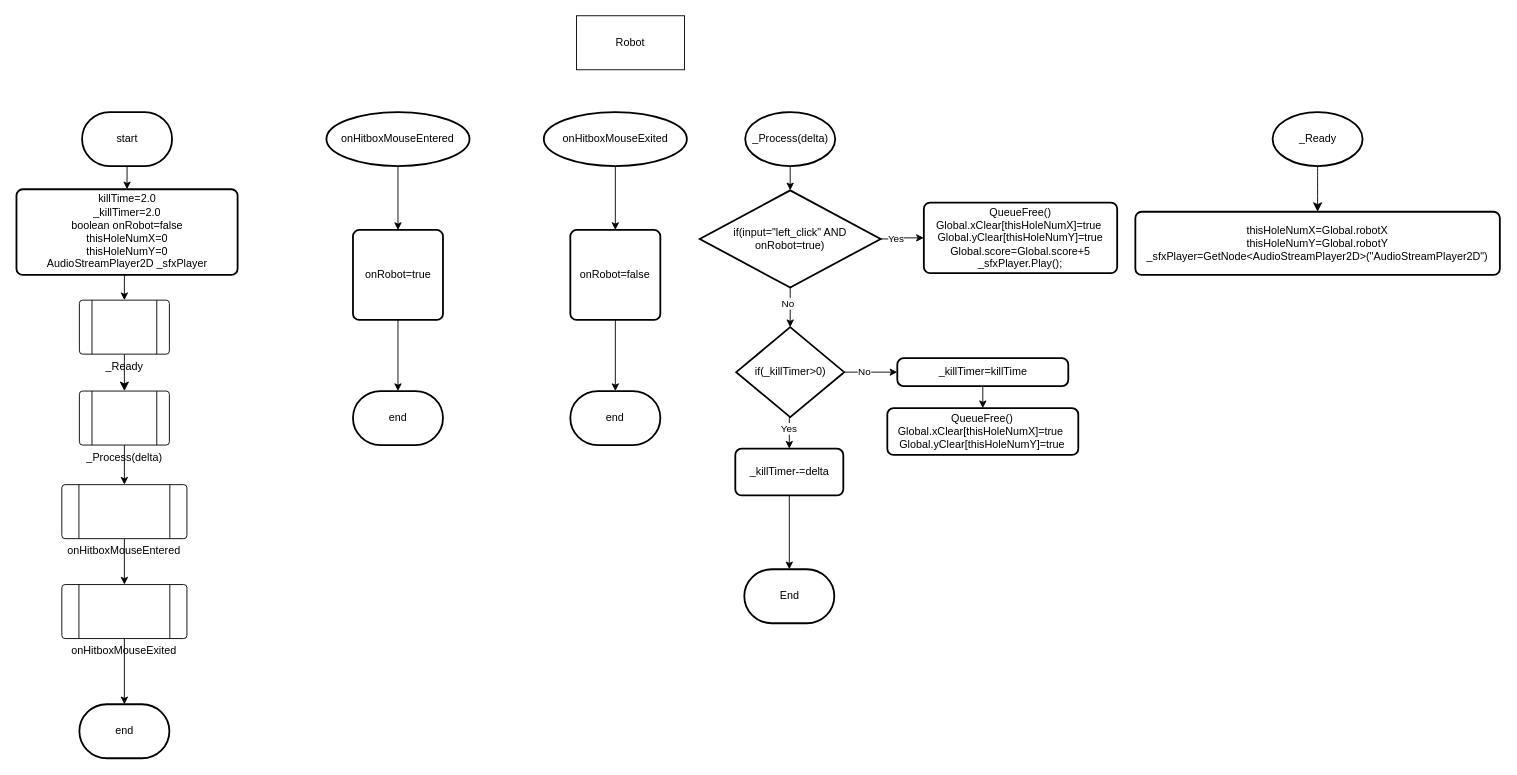
Before: whack-a-robot/Robot/robot flowchart.drawio in BHASVIC-Kasper25/Whack-a-Robot, a draw.io diagram. Source tidied: cells renumbered, new cells numbered last; positions are measured from the earlier drawing's top-left corner, leaving out a move shared by most shapes. Both pictures are drawn from the tidied source at 90%, with x=0, y=0 at pixel (16, 15).
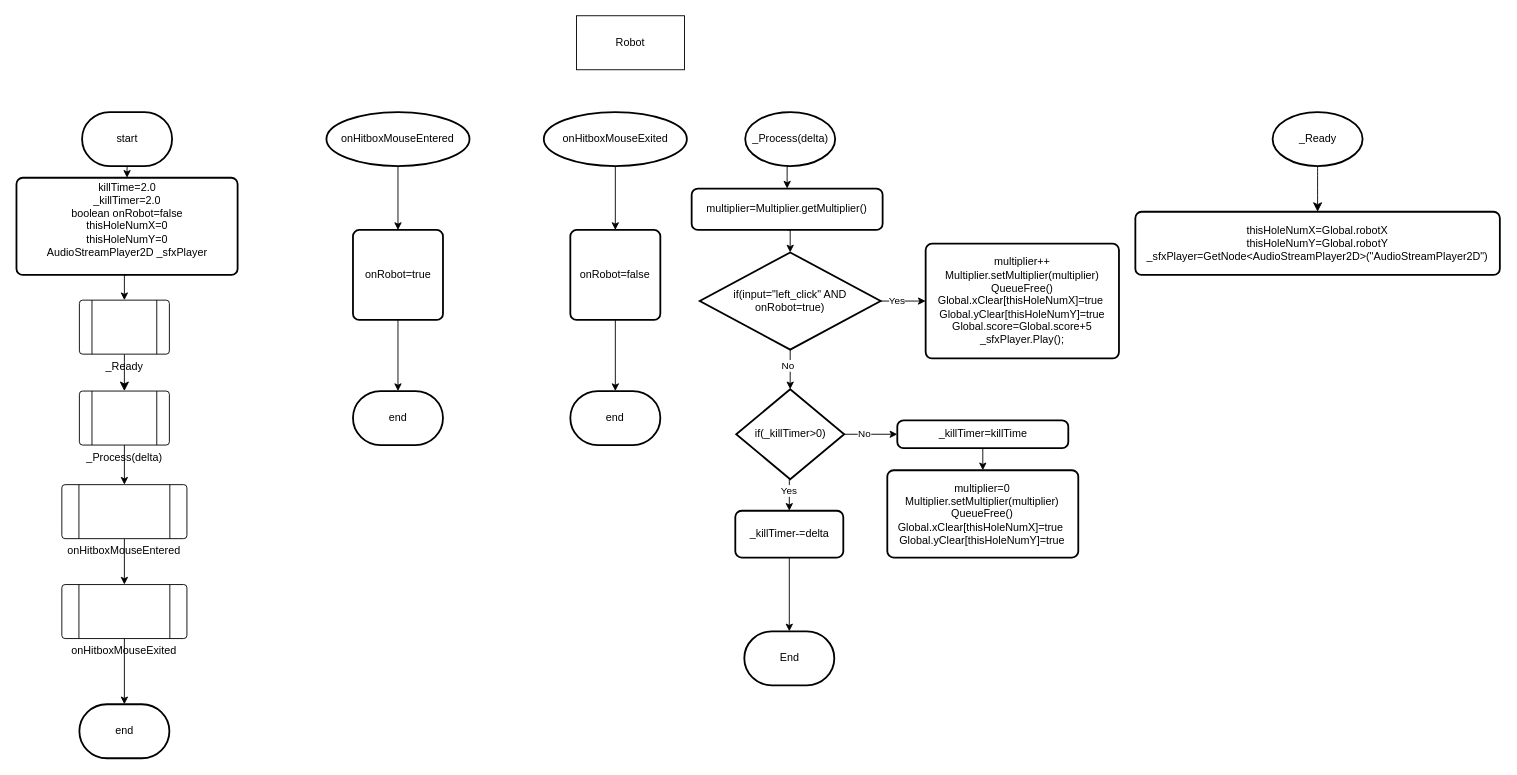
The same page after the edit.

The change refers to these unchanged cells:
```xml
<mxCell id="11" value="_Process(delta)" style="strokeWidth=2;html=1;shape=mxgraph.flowchart.start_1;whiteSpace=wrap;" parent="1" vertex="1">
  <mxGeometry x="809.5" y="107" width="100" height="60" as="geometry" />
</mxCell>
```

The edit, as a diff of the source:
```diff
@@
+    <mxCell id="48" style="edgeStyle=orthogonalEdgeStyle;rounded=0;jettySize=auto;html=1;exitX=0.5;exitY=1;exitDx=0;exitDy=0;exitPerimeter=0;entryX=0.5;entryY=0;entryDx=0;entryDy=0;defaultLabelBackgroundColor=page;labelPadding=0 4;" parent="1" edge="1" source="11" target="49">
+      <mxGeometry relative="1" as="geometry" />
+    </mxCell>
@@
     <mxCell id="16" value="if(_killTimer&amp;gt;0)" style="strokeWidth=2;html=1;shape=mxgraph.flowchart.decision;whiteSpace=wrap;" parent="1" vertex="1">
-      <mxGeometry x="799.5" y="346" width="120" height="100" as="geometry" />
+      <mxGeometry x="799.5" y="415" width="120" height="100" as="geometry" />
     </mxCell>
@@
     <mxCell id="18" value="_killTimer-=delta" style="rounded=1;whiteSpace=wrap;html=1;absoluteArcSize=1;arcSize=14;strokeWidth=2;" parent="1" vertex="1">
-      <mxGeometry x="798.5" y="481" width="120" height="52" as="geometry" />
+      <mxGeometry x="798.5" y="550" width="120" height="52" as="geometry" />
     </mxCell>
     <mxCell id="19" style="edgeStyle=orthogonalEdgeStyle;rounded=0;jettySize=auto;html=1;exitX=0.5;exitY=1;exitDx=0;exitDy=0;entryX=0.5;entryY=0;entryDx=0;entryDy=0;" parent="1" edge="1" source="20">
       <mxGeometry relative="1" as="geometry">
-        <mxPoint x="1073.5" y="436" as="targetPoint" />
+        <mxPoint x="1073.5" y="505" as="targetPoint" />
       </mxGeometry>
     </mxCell>
     <mxCell id="20" value="_killTimer=killTime" style="rounded=1;whiteSpace=wrap;html=1;absoluteArcSize=1;arcSize=14;strokeWidth=2;" parent="1" vertex="1">
-      <mxGeometry x="978.5" y="380.5" width="190" height="31" as="geometry" />
+      <mxGeometry x="978.5" y="449.5" width="190" height="31" as="geometry" />
     </mxCell>
     <mxCell id="21" value="End" style="strokeWidth=2;html=1;shape=mxgraph.flowchart.terminator;whiteSpace=wrap;" parent="1" vertex="1">
-      <mxGeometry x="808.5" y="615" width="100" height="60" as="geometry" />
+      <mxGeometry x="808.5" y="684" width="100" height="60" as="geometry" />
     </mxCell>
@@
-    <mxCell id="23" value="killTime=2.0&lt;div&gt;_killTimer=2.0&lt;/div&gt;&lt;div&gt;boolean onRobot=false&lt;/div&gt;&lt;div&gt;thisHoleNumX=0&lt;/div&gt;&lt;div&gt;thisHoleNumY=0&lt;/div&gt;&lt;div&gt;AudioStreamPlayer2D _sfxPlayer&lt;/div&gt;" style="rounded=1;whiteSpace=wrap;html=1;absoluteArcSize=1;arcSize=14;strokeWidth=2;" parent="1" vertex="1">
-      <mxGeometry x="-0.2" y="192.8" width="245.7" height="95.2" as="geometry" />
+    <mxCell id="23" value="killTime=2.0&lt;div&gt;_killTimer=2.0&lt;/div&gt;&lt;div&gt;boolean onRobot=false&lt;/div&gt;&lt;div&gt;thisHoleNumX=0&lt;/div&gt;&lt;div&gt;thisHoleNumY=0&lt;/div&gt;&lt;div&gt;AudioStreamPlayer2D _sfxPlayer&lt;/div&gt;&lt;div&gt;&lt;br&gt;&lt;/div&gt;" style="rounded=1;whiteSpace=wrap;html=1;absoluteArcSize=1;arcSize=14;strokeWidth=2;" parent="1" vertex="1">
+      <mxGeometry x="-0.2" y="180" width="245.7" height="108" as="geometry" />
     </mxCell>
@@
-    <mxCell id="26" value="QueueFree()&lt;div&gt;&lt;div&gt;Global.xClear[thisHoleNumX]=true&amp;nbsp;&lt;/div&gt;&lt;div&gt;Global.yClear[thisHoleNumY]=true&lt;/div&gt;&lt;/div&gt;" style="rounded=1;whiteSpace=wrap;html=1;absoluteArcSize=1;arcSize=14;strokeWidth=2;" parent="1" vertex="1">
-      <mxGeometry x="967.4" y="436" width="212.2" height="52" as="geometry" />
+    <mxCell id="26" value="&lt;div&gt;&lt;div&gt;multiplier=0&lt;/div&gt;&lt;div&gt;Multiplier.setMultiplier(multiplier)&lt;/div&gt;&lt;/div&gt;QueueFree()&lt;div&gt;&lt;div&gt;Global.xClear[thisHoleNumX]=true&amp;nbsp;&lt;/div&gt;&lt;div&gt;Global.yClear[thisHoleNumY]=true&lt;/div&gt;&lt;/div&gt;" style="rounded=1;whiteSpace=wrap;html=1;absoluteArcSize=1;arcSize=14;strokeWidth=2;" parent="1" vertex="1">
+      <mxGeometry x="967.4" y="505" width="212.2" height="97" as="geometry" />
     </mxCell>
@@
     <mxCell id="31" value="if(input=&quot;left_click&quot; AND onRobot=true)" style="strokeWidth=2;html=1;shape=mxgraph.flowchart.decision;whiteSpace=wrap;" parent="1" vertex="1">
-      <mxGeometry x="759" y="194" width="201" height="108" as="geometry" />
+      <mxGeometry x="759" y="263" width="201" height="108" as="geometry" />
     </mxCell>
-    <mxCell id="32" style="edgeStyle=orthogonalEdgeStyle;rounded=0;jettySize=auto;html=1;exitX=0.5;exitY=1;exitDx=0;exitDy=0;exitPerimeter=0;entryX=0.5;entryY=0;entryDx=0;entryDy=0;entryPerimeter=0;" parent="1" edge="1" source="11" target="31">
-      <mxGeometry relative="1" as="geometry" />
-    </mxCell>
-    <mxCell id="33" value="QueueFree()&lt;div&gt;&lt;div&gt;Global.xClear[thisHoleNumX]=true&amp;nbsp;&lt;/div&gt;&lt;div&gt;Global.yClear[thisHoleNumY]=true&lt;/div&gt;&lt;/div&gt;&lt;div&gt;Global.score=Global.score+5&lt;/div&gt;&lt;div&gt;_sfxPlayer.Play();&lt;/div&gt;" style="rounded=1;whiteSpace=wrap;html=1;absoluteArcSize=1;arcSize=14;strokeWidth=2;" parent="1" vertex="1">
-      <mxGeometry x="1008" y="207.6" width="214.8" height="78.4" as="geometry" />
+    <mxCell id="33" value="&lt;div&gt;multiplier++&lt;/div&gt;&lt;div&gt;Multiplier.setMultiplier(multiplier)&lt;/div&gt;QueueFree()&lt;div&gt;&lt;div&gt;Global.xClear[thisHoleNumX]=true&amp;nbsp;&lt;/div&gt;&lt;div&gt;Global.yClear[thisHoleNumY]=true&lt;/div&gt;&lt;/div&gt;&lt;div&gt;Global.score=Global.score+5&lt;/div&gt;&lt;div&gt;_sfxPlayer.Play();&lt;/div&gt;" style="rounded=1;whiteSpace=wrap;html=1;absoluteArcSize=1;arcSize=14;strokeWidth=2;" parent="1" vertex="1">
+      <mxGeometry x="1010" y="253.3" width="214.8" height="127.4" as="geometry" />
     </mxCell>
@@
+    <mxCell id="49" value="multiplier=Multiplier.getMultiplier()" style="rounded=1;whiteSpace=wrap;html=1;absoluteArcSize=1;arcSize=14;strokeWidth=2;roundedPerimeter=1;" parent="1" vertex="1">
+      <mxGeometry x="750" y="192" width="212.2" height="46" as="geometry" />
+    </mxCell>
+    <mxCell id="50" style="edgeStyle=orthogonalEdgeStyle;rounded=0;jettySize=auto;html=1;exitX=0.5;exitY=1;exitDx=0;exitDy=0;entryX=0.5;entryY=0;entryDx=0;entryDy=0;entryPerimeter=0;defaultLabelBackgroundColor=page;labelPadding=0 4;" parent="1" edge="1" source="49" target="31">
+      <mxGeometry relative="1" as="geometry" />
+    </mxCell>
```
